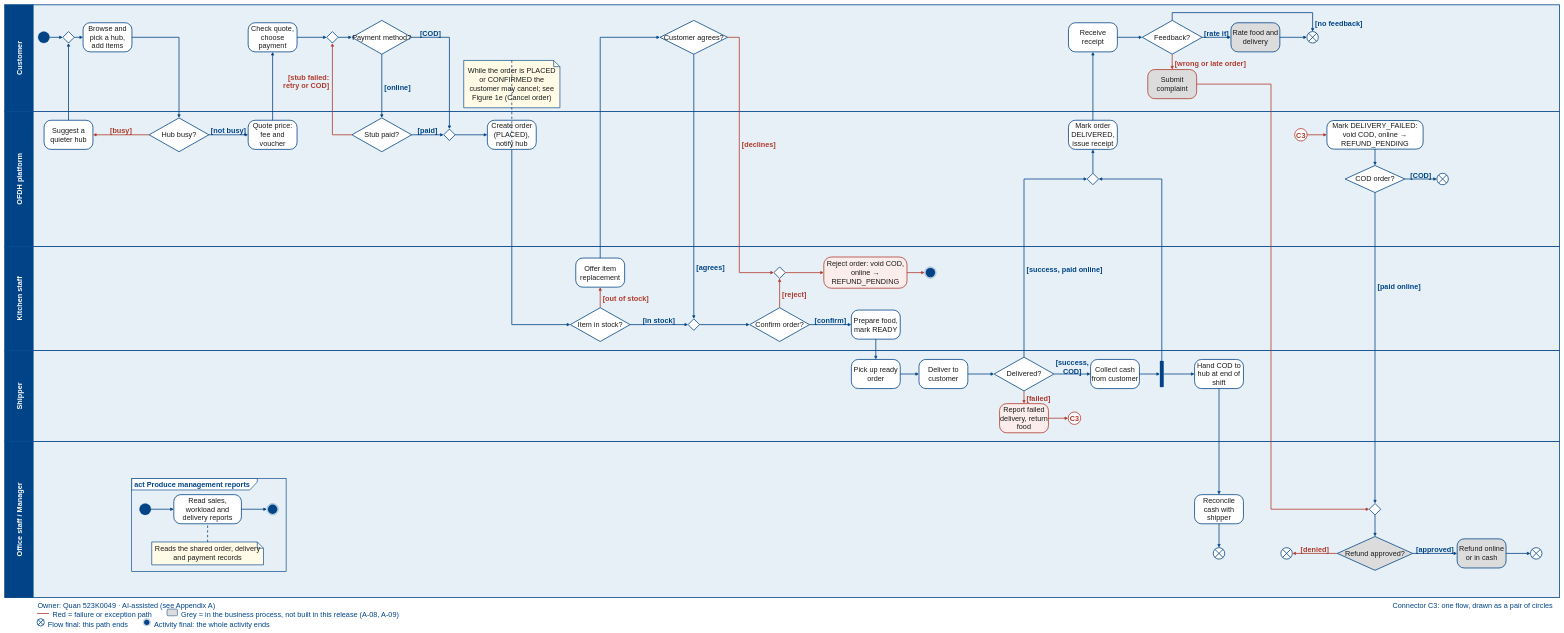
Above: page "Full" (1 of 6) of docs/part1/models/SaigonBite_Business_Process.drawio in Dat071104/SaigonBite (draw.io), before the change. Source tidied: cells renumbered, new cells numbered last; positions are measured from the earlier drawing's top-left corner, leaving out a move shared by most shapes. Both pictures are drawn from the tidied source at 26%, with x=0, y=0 at pixel (5, 5).
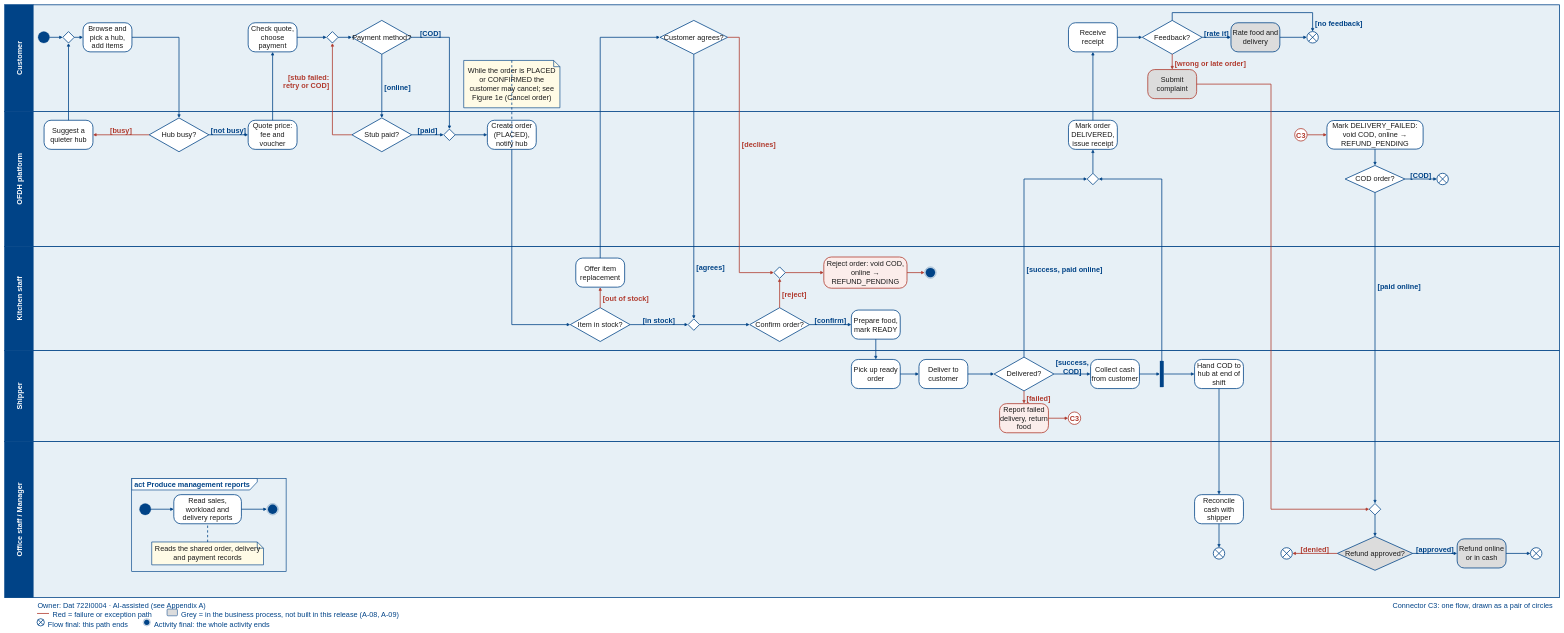
The same diagram, later.

What changed in the source:
```diff
@@
-    <mxCell id="145" value="Owner: Quan 523K0049 · AI-assisted (see Appendix A)" style="text;html=0;align=left;verticalAlign=middle;strokeColor=none;fillColor=none;fontSize=28;fontColor=#004387;" parent="1" vertex="1">
+    <mxCell id="145" value="Owner: Dat 722I0004 · AI-assisted (see Appendix A)" style="text;html=0;align=left;verticalAlign=middle;strokeColor=none;fillColor=none;fontSize=28;fontColor=#004387;" parent="1" vertex="1">
       <mxGeometry x="124" y="2292" width="1000" height="32" as="geometry" />
     </mxCell>
```
